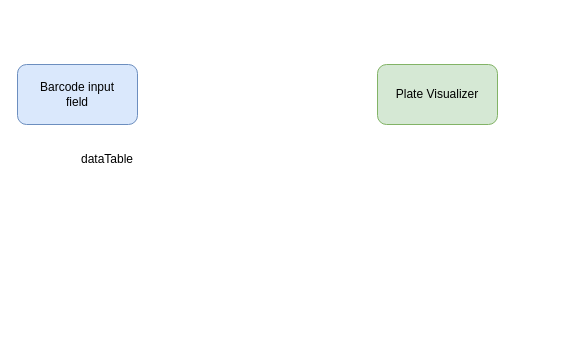
Earlier version of the draw.io diagram spec-check-flow.drawio (spectral-cockpit/speccheck). Source tidied: cells renumbered, new cells numbered last; positions are measured from the earlier drawing's top-left corner, leaving out a move shared by most shapes. Both pictures are drawn from the tidied source at 100%, with x=0, y=0 at pixel (17, 64).
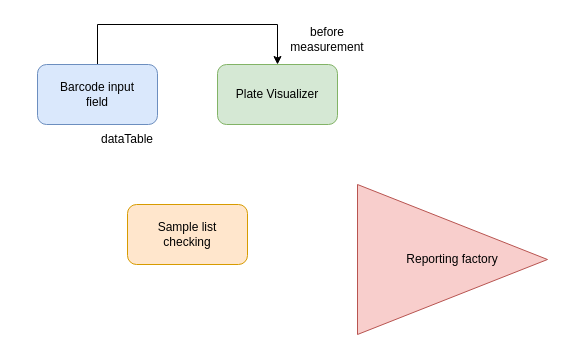
After the change.

Diff of the diagram source:
```diff
@@
 <mxGraphModel>
   <root>
     <mxCell id="0" />
     <mxCell id="1" parent="0" />
+    <mxCell id="5" style="edgeStyle=orthogonalEdgeStyle;rounded=0;jettySize=auto;html=1;exitX=0.5;exitY=0;exitDx=0;exitDy=0;entryX=0.5;entryY=0;entryDx=0;entryDy=0;" parent="1" edge="1" source="2" target="3">
+      <mxGeometry relative="1" as="geometry">
+        <Array as="points">
+          <mxPoint x="80" y="-40" />
+          <mxPoint x="260" y="-40" />
+        </Array>
+      </mxGeometry>
+    </mxCell>
     <mxCell id="2" value="&lt;div&gt;Barcode input&lt;/div&gt;&lt;div&gt;field&lt;/div&gt;" style="rounded=1;whiteSpace=wrap;html=1;fillColor=#dae8fc;strokeColor=#6c8ebf;" parent="1" vertex="1">
-      <mxGeometry width="120" height="60" as="geometry" />
+      <mxGeometry x="20" width="120" height="60" as="geometry" />
     </mxCell>
     <mxCell id="3" value="&lt;div&gt;Plate Visualizer&lt;br&gt;&lt;/div&gt;" style="rounded=1;whiteSpace=wrap;html=1;fillColor=#d5e8d4;strokeColor=#82b366;" parent="1" vertex="1">
-      <mxGeometry x="360" width="120" height="60" as="geometry" />
+      <mxGeometry x="200" width="120" height="60" as="geometry" />
     </mxCell>
     <mxCell id="4" value="dataTable" style="text;html=1;strokeColor=none;fillColor=none;align=center;verticalAlign=middle;whiteSpace=wrap;rounded=0;" parent="1" vertex="1">
-      <mxGeometry x="60" y="80" width="60" height="30" as="geometry" />
+      <mxGeometry x="80" y="60" width="60" height="30" as="geometry" />
     </mxCell>
+    <mxCell id="6" value="&lt;div&gt;Sample list&lt;/div&gt;&lt;div&gt;checking&lt;br&gt;&lt;/div&gt;" style="rounded=1;whiteSpace=wrap;html=1;fillColor=#ffe6cc;strokeColor=#d79b00;" parent="1" vertex="1">
+      <mxGeometry x="110" y="140" width="120" height="60" as="geometry" />
+    </mxCell>
+    <mxCell id="7" value="&lt;div&gt;Reporting factory&lt;/div&gt;" style="triangle;whiteSpace=wrap;html=1;fillColor=#f8cecc;strokeColor=#b85450;" parent="1" vertex="1">
+      <mxGeometry x="340" y="120" width="190" height="150" as="geometry" />
+    </mxCell>
+    <mxCell id="8" value="before measurement" style="text;html=1;strokeColor=none;fillColor=none;align=center;verticalAlign=middle;whiteSpace=wrap;rounded=0;" parent="1" vertex="1">
+      <mxGeometry x="280" y="-40" width="60" height="30" as="geometry" />
+    </mxCell>
   </root>
 </mxGraphModel>
```
